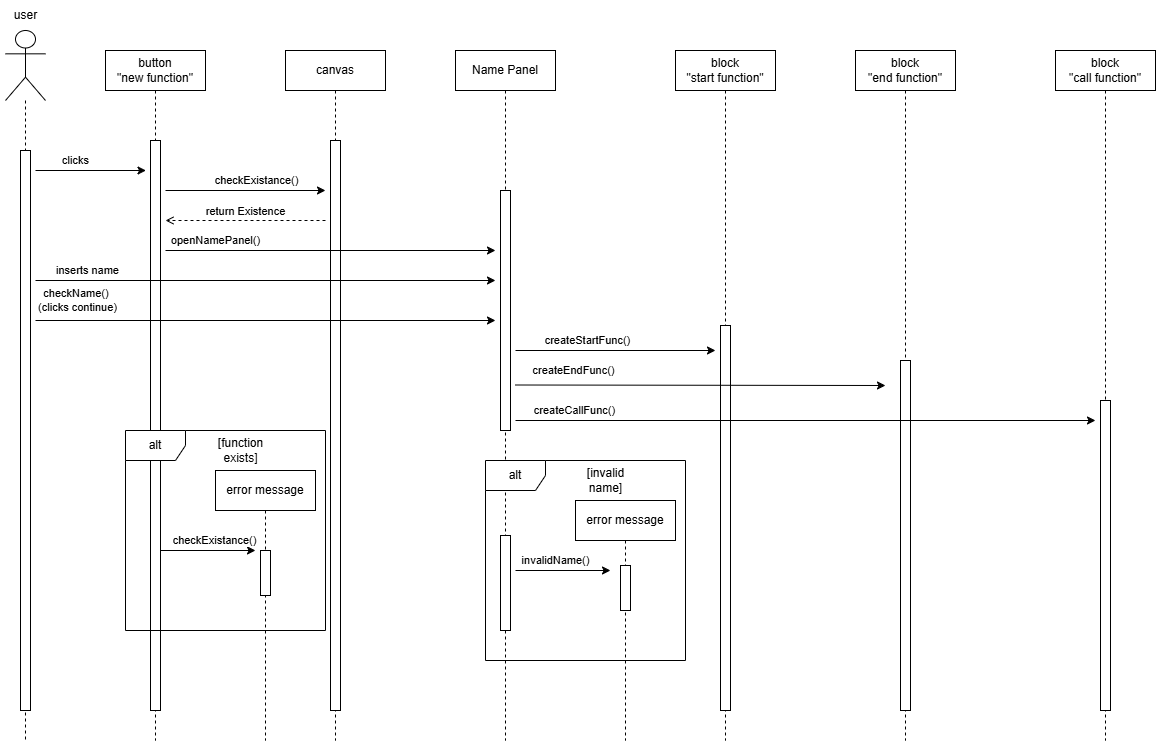
This is 3-paradoteo/sequence_9.drawio.png from VasilisMichanetzis/Software-engineering-project-2025, a draw.io export, as it was before one commit. Source tidied: cells renumbered, new cells last; positions are measured from the earlier drawing's top-left corner, leaving out a move shared by most shapes.
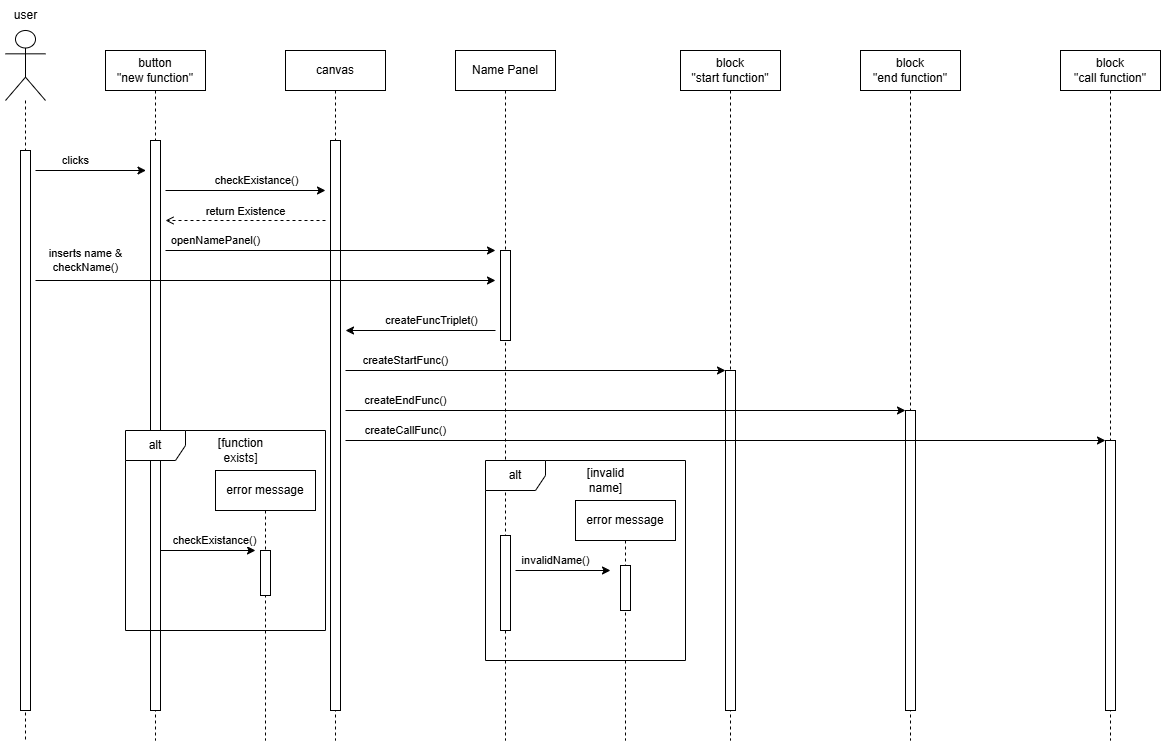
After the commit.

Commit message:
allagh sto function sto 9 . kai pros8hkh tou 7

The edit, as a diff of the source:
```diff
@@ -5,33 +5,33 @@
     <mxCell id="2" value="button&lt;div&gt;&quot;new function&quot;&lt;/div&gt;" style="shape=umlLifeline;perimeter=lifelinePerimeter;whiteSpace=wrap;html=1;newEdgeStyle={&quot;edgeStyle&quot;:&quot;elbowEdgeStyle&quot;,&quot;elbow&quot;:&quot;vertical&quot;,&quot;curved&quot;:0,&quot;rounded&quot;:0};" parent="1" vertex="1">
       <mxGeometry x="105" y="50" width="100" height="690" as="geometry" />
     </mxCell>
-    <mxCell id="3" style="html=1;perimeter=orthogonalPerimeter;targetShapes=umlLifeline;newEdgeStyle={&quot;curved&quot;:0,&quot;rounded&quot;:0};" parent="2" vertex="1">
-      <mxGeometry x="45" y="90" width="10" height="570" as="geometry" />
-    </mxCell>
+    <mxCell id="37" style="html=1;perimeter=orthogonalPerimeter;targetShapes=umlLifeline;newEdgeStyle={&quot;curved&quot;:0,&quot;rounded&quot;:0};" parent="2" vertex="1">
+      <mxGeometry x="45" y="90" width="10" height="570" as="geometry" />
+    </mxCell>
     <mxCell id="4" value="canvas" style="shape=umlLifeline;perimeter=lifelinePerimeter;whiteSpace=wrap;html=1;newEdgeStyle={&quot;edgeStyle&quot;:&quot;elbowEdgeStyle&quot;,&quot;elbow&quot;:&quot;vertical&quot;,&quot;curved&quot;:0,&quot;rounded&quot;:0};" parent="1" vertex="1">
       <mxGeometry x="285" y="50" width="100" height="690" as="geometry" />
     </mxCell>
-    <mxCell id="5" style="html=1;perimeter=orthogonalPerimeter;targetShapes=umlLifeline;newEdgeStyle={&quot;curved&quot;:0,&quot;rounded&quot;:0};" parent="4" vertex="1">
-      <mxGeometry x="45" y="90" width="10" height="570" as="geometry" />
-    </mxCell>
+    <mxCell id="38" style="html=1;perimeter=orthogonalPerimeter;targetShapes=umlLifeline;newEdgeStyle={&quot;curved&quot;:0,&quot;rounded&quot;:0};" parent="4" vertex="1">
+      <mxGeometry x="45" y="90" width="10" height="570" as="geometry" />
+    </mxCell>
     <mxCell id="6" value="Name Panel" style="shape=umlLifeline;perimeter=lifelinePerimeter;whiteSpace=wrap;html=1;newEdgeStyle={&quot;edgeStyle&quot;:&quot;elbowEdgeStyle&quot;,&quot;elbow&quot;:&quot;vertical&quot;,&quot;curved&quot;:0,&quot;rounded&quot;:0};" parent="1" vertex="1">
       <mxGeometry x="455" y="50" width="100" height="690" as="geometry" />
     </mxCell>
-    <mxCell id="7" style="html=1;perimeter=orthogonalPerimeter;targetShapes=umlLifeline;newEdgeStyle={&quot;curved&quot;:0,&quot;rounded&quot;:0};" parent="6" vertex="1">
-      <mxGeometry x="45" y="140" width="10" height="240" as="geometry" />
-    </mxCell>
+    <mxCell id="39" style="html=1;perimeter=orthogonalPerimeter;targetShapes=umlLifeline;newEdgeStyle={&quot;curved&quot;:0,&quot;rounded&quot;:0};" parent="6" vertex="1">
+      <mxGeometry x="45" y="200" width="10" height="90" as="geometry" />
+    </mxCell>
     <mxCell id="8" value="block&lt;div&gt;&quot;start function&quot;&lt;/div&gt;" style="shape=umlLifeline;perimeter=lifelinePerimeter;whiteSpace=wrap;html=1;newEdgeStyle={&quot;edgeStyle&quot;:&quot;elbowEdgeStyle&quot;,&quot;elbow&quot;:&quot;vertical&quot;,&quot;curved&quot;:0,&quot;rounded&quot;:0};" parent="1" vertex="1">
-      <mxGeometry x="675" y="50" width="100" height="690" as="geometry" />
+      <mxGeometry x="680" y="50" width="100" height="690" as="geometry" />
     </mxCell>
-    <mxCell id="9" style="html=1;perimeter=orthogonalPerimeter;targetShapes=umlLifeline;newEdgeStyle={&quot;curved&quot;:0,&quot;rounded&quot;:0};" parent="8" vertex="1">
-      <mxGeometry x="45" y="275" width="10" height="385" as="geometry" />
-    </mxCell>
+    <mxCell id="40" style="html=1;perimeter=orthogonalPerimeter;targetShapes=umlLifeline;newEdgeStyle={&quot;curved&quot;:0,&quot;rounded&quot;:0};" parent="8" vertex="1">
+      <mxGeometry x="45" y="320" width="10" height="340" as="geometry" />
+    </mxCell>
     <mxCell id="10" value="block&lt;div&gt;&quot;end function&quot;&lt;/div&gt;" style="shape=umlLifeline;perimeter=lifelinePerimeter;whiteSpace=wrap;html=1;newEdgeStyle={&quot;edgeStyle&quot;:&quot;elbowEdgeStyle&quot;,&quot;elbow&quot;:&quot;vertical&quot;,&quot;curved&quot;:0,&quot;rounded&quot;:0};" parent="1" vertex="1">
-      <mxGeometry x="855" y="50" width="100" height="690" as="geometry" />
+      <mxGeometry x="860" y="50" width="100" height="690" as="geometry" />
     </mxCell>
-    <mxCell id="11" style="html=1;perimeter=orthogonalPerimeter;targetShapes=umlLifeline;newEdgeStyle={&quot;curved&quot;:0,&quot;rounded&quot;:0};" parent="10" vertex="1">
-      <mxGeometry x="45" y="310" width="10" height="350" as="geometry" />
-    </mxCell>
+    <mxCell id="41" style="html=1;perimeter=orthogonalPerimeter;targetShapes=umlLifeline;newEdgeStyle={&quot;curved&quot;:0,&quot;rounded&quot;:0};" parent="10" vertex="1">
+      <mxGeometry x="45" y="360" width="10" height="300" as="geometry" />
+    </mxCell>
     <mxCell id="12" style="shape=umlLifeline;perimeter=lifelinePerimeter;whiteSpace=wrap;html=1;newEdgeStyle={&quot;curved&quot;:0,&quot;rounded&quot;:0};participant=umlActor;size=70;" parent="1" vertex="1">
       <mxGeometry x="5" y="30" width="40" height="710" as="geometry" />
     </mxCell>
@@ -47,52 +47,46 @@
         <mxPoint x="145.5" y="170" as="targetPoint" />
       </mxGeometry>
     </mxCell>
-    <mxCell id="16" value="checkExistance()" style="endArrow=classic;html=1;rounded=0;" parent="1" edge="1">
-      <mxGeometry x="0.14" y="10" relative="1" as="geometry">
-        <mxPoint x="165" y="190" as="sourcePoint" />
-        <mxPoint x="325" y="190" as="targetPoint" />
-      </mxGeometry>
-    </mxCell>
+    <mxCell id="42" value="checkExistance()" style="endArrow=classic;html=1;rounded=0;" parent="1" edge="1">
+      <mxGeometry x="0.14" y="10" relative="1" as="geometry">
+        <mxPoint x="165" y="190" as="sourcePoint" />
+        <mxPoint x="325" y="190" as="targetPoint" />
+      </mxGeometry>
+    </mxCell>
     <mxCell id="17" value="openNamePanel()" style="endArrow=classic;html=1;rounded=0;" parent="1" edge="1">
       <mxGeometry x="-0.7" y="10" relative="1" as="geometry">
         <mxPoint x="165" y="250" as="sourcePoint" />
         <mxPoint x="495" y="250" as="targetPoint" />
       </mxGeometry>
     </mxCell>
-    <mxCell id="18" value="inserts name" style="endArrow=classic;html=1;rounded=0;" parent="1" edge="1">
-      <mxGeometry x="-0.77" y="10" relative="1" as="geometry">
-        <mxPoint x="35" y="280" as="sourcePoint" />
-        <mxPoint x="495" y="280" as="targetPoint" />
-      </mxGeometry>
-    </mxCell>
-    <mxCell id="19" value="checkName()&amp;nbsp;&lt;div&gt;(clicks continue)&lt;/div&gt;" style="endArrow=classic;html=1;rounded=0;" parent="1" edge="1">
-      <mxGeometry x="-0.82" y="20" relative="1" as="geometry">
-        <mxPoint x="35" y="320" as="sourcePoint" />
-        <mxPoint x="495" y="320" as="targetPoint" />
-      </mxGeometry>
-    </mxCell>
+    <mxCell id="43" value="inserts name &amp;amp;&lt;div&gt;checkName()&lt;/div&gt;" style="endArrow=classic;html=1;rounded=0;" parent="1" edge="1">
+      <mxGeometry x="-0.78" y="20" relative="1" as="geometry">
+        <mxPoint x="35" y="280" as="sourcePoint" />
+        <mxPoint x="495" y="280" as="targetPoint" />
+      </mxGeometry>
+    </mxCell>
     <mxCell id="20" value="block&lt;div&gt;&quot;call function&quot;&lt;/div&gt;" style="shape=umlLifeline;perimeter=lifelinePerimeter;whiteSpace=wrap;html=1;newEdgeStyle={&quot;edgeStyle&quot;:&quot;elbowEdgeStyle&quot;,&quot;elbow&quot;:&quot;vertical&quot;,&quot;curved&quot;:0,&quot;rounded&quot;:0};" parent="1" vertex="1">
-      <mxGeometry x="1055" y="50" width="100" height="690" as="geometry" />
+      <mxGeometry x="1060" y="50" width="100" height="690" as="geometry" />
     </mxCell>
-    <mxCell id="21" style="html=1;perimeter=orthogonalPerimeter;targetShapes=umlLifeline;newEdgeStyle={&quot;curved&quot;:0,&quot;rounded&quot;:0};" parent="20" vertex="1">
-      <mxGeometry x="45" y="350" width="10" height="310" as="geometry" />
-    </mxCell>
+    <mxCell id="44" style="html=1;perimeter=orthogonalPerimeter;targetShapes=umlLifeline;newEdgeStyle={&quot;curved&quot;:0,&quot;rounded&quot;:0};" parent="20" vertex="1">
+      <mxGeometry x="45" y="390" width="10" height="270" as="geometry" />
+    </mxCell>
     <mxCell id="22" value="createStartFunc()" style="endArrow=classic;html=1;rounded=0;" parent="1" edge="1">
-      <mxGeometry x="-0.28" y="10" relative="1" as="geometry">
-        <mxPoint x="515" y="350" as="sourcePoint" />
-        <mxPoint x="715" y="350" as="targetPoint" />
+      <mxGeometry x="-0.68" y="10" relative="1" as="geometry">
+        <mxPoint x="345" y="370" as="sourcePoint" />
+        <mxPoint x="725" y="370" as="targetPoint" />
       </mxGeometry>
     </mxCell>
     <mxCell id="23" value="createEndFunc()" style="endArrow=classic;html=1;rounded=0;" parent="1" edge="1">
-      <mxGeometry x="-0.69" y="15" relative="1" as="geometry">
-        <mxPoint x="515" y="384.5" as="sourcePoint" />
-        <mxPoint x="885" y="385" as="targetPoint" />
+      <mxGeometry x="-0.79" y="10" relative="1" as="geometry">
+        <mxPoint x="345" y="410" as="sourcePoint" />
+        <mxPoint x="905" y="410" as="targetPoint" />
       </mxGeometry>
     </mxCell>
     <mxCell id="24" value="createCallFunc()" style="endArrow=classic;html=1;rounded=0;" parent="1" edge="1">
-      <mxGeometry x="-0.8" y="10" relative="1" as="geometry">
-        <mxPoint x="515" y="420" as="sourcePoint" />
-        <mxPoint x="1095" y="420" as="targetPoint" />
+      <mxGeometry x="-0.84" y="10" relative="1" as="geometry">
+        <mxPoint x="345" y="440" as="sourcePoint" />
+        <mxPoint x="1105" y="440" as="targetPoint" />
       </mxGeometry>
     </mxCell>
     <mxCell id="25" value="alt" style="shape=umlFrame;whiteSpace=wrap;html=1;" parent="1" vertex="1">
@@ -104,12 +98,12 @@
     <mxCell id="27" style="html=1;perimeter=orthogonalPerimeter;targetShapes=umlLifeline;newEdgeStyle={&quot;curved&quot;:0,&quot;rounded&quot;:0};" parent="26" vertex="1">
       <mxGeometry x="45" y="80" width="10" height="45" as="geometry" />
     </mxCell>
-    <mxCell id="28" value="checkExistance()" style="endArrow=classic;html=1;rounded=0;" parent="1" edge="1">
-      <mxGeometry x="0.14" y="10" relative="1" as="geometry">
-        <mxPoint x="160" y="550" as="sourcePoint" />
-        <mxPoint x="255" y="550" as="targetPoint" />
-      </mxGeometry>
-    </mxCell>
+    <mxCell id="45" value="checkExistance()" style="endArrow=classic;html=1;rounded=0;" parent="1" edge="1">
+      <mxGeometry x="0.14" y="10" relative="1" as="geometry">
+        <mxPoint x="160" y="550" as="sourcePoint" />
+        <mxPoint x="255" y="550" as="targetPoint" />
+      </mxGeometry>
+    </mxCell>
     <mxCell id="29" value="[function&lt;div&gt;exists]&lt;/div&gt;" style="text;html=1;align=center;verticalAlign=middle;strokeColor=none;fillColor=none;" parent="1" vertex="1">
       <mxGeometry x="205" y="430" width="70" height="40" as="geometry" />
     </mxCell>
@@ -140,5 +134,11 @@
         <mxPoint x="165" y="220" as="targetPoint" />
       </mxGeometry>
     </mxCell>
+    <mxCell id="46" value="createFuncTriplet()" style="endArrow=classic;html=1;rounded=0;" parent="1" edge="1">
+      <mxGeometry x="-0.15" y="-10" relative="1" as="geometry">
+        <mxPoint x="495" y="330" as="sourcePoint" />
+        <mxPoint x="345" y="330" as="targetPoint" />
+      </mxGeometry>
+    </mxCell>
   </root>
 </mxGraphModel>
```
